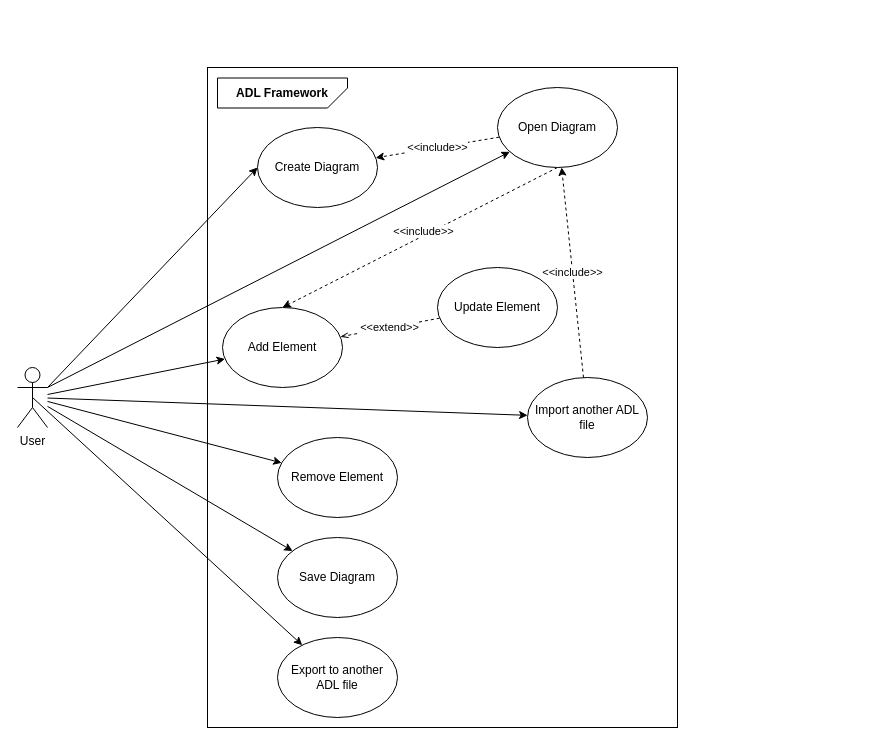
Above: UseCase.drawio in phunm211/SW-Associate-Architecture (draw.io), before the change. Source tidied: cells renumbered, new cells numbered last; positions are measured from the earlier drawing's top-left corner, leaving out a move shared by most shapes. Both pictures are drawn from the tidied source at 100%, with x=0, y=0 at pixel (17, 27).
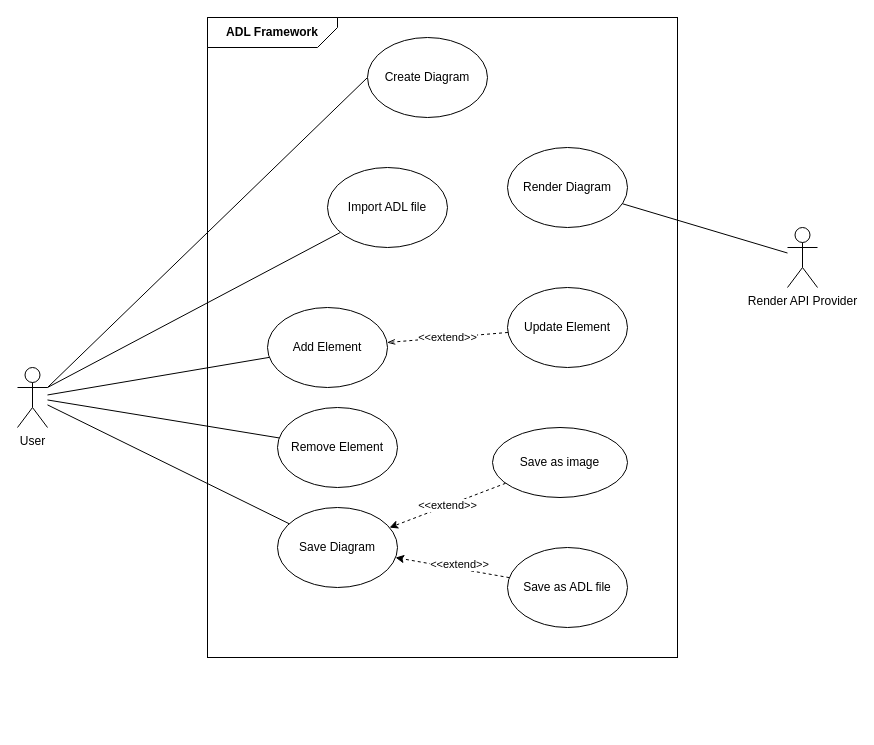
The same page after the edit.

Unchanged cells that the change refers to:
```xml
<mxCell id="10" value="User" style="shape=umlActor;verticalLabelPosition=bottom;verticalAlign=top;html=1;" parent="1" vertex="1">
  <mxGeometry y="340" width="30" height="60" as="geometry" />
</mxCell>
```

What changed in the source:
```diff
@@
     <mxCell id="2" style="rounded=0;whiteSpace=wrap;html=1;" parent="1" vertex="1">
-      <mxGeometry x="190" y="40" width="470" height="660" as="geometry" />
+      <mxGeometry x="190" y="-10" width="470" height="640" as="geometry" />
     </mxCell>
-    <mxCell id="3" style="rounded=0;jettySize=auto;html=1;exitX=1;exitY=0.3333333333333333;exitDx=0;exitDy=0;exitPerimeter=0;entryX=0;entryY=0.5;entryDx=0;entryDy=0;" parent="1" edge="1" source="10" target="12">
+    <mxCell id="3" style="rounded=0;jettySize=auto;html=1;exitX=1;exitY=0.3333333333333333;exitDx=0;exitDy=0;exitPerimeter=0;entryX=0;entryY=0.5;entryDx=0;entryDy=0;endArrow=none;endFill=0;" parent="1" edge="1" source="10" target="12">
       <mxGeometry relative="1" as="geometry" />
     </mxCell>
-    <mxCell id="4" style="rounded=0;jettySize=auto;html=1;strokeColor=default;exitX=1;exitY=0.3333333333333333;exitDx=0;exitDy=0;exitPerimeter=0;" parent="1" edge="1" source="10" target="17">
+    <mxCell id="4" style="rounded=0;jettySize=auto;html=1;strokeColor=default;exitX=1;exitY=0.3333333333333333;exitDx=0;exitDy=0;exitPerimeter=0;endArrow=none;endFill=0;" parent="1" edge="1" source="10" target="17">
       <mxGeometry relative="1" as="geometry" />
     </mxCell>
-    <mxCell id="5" style="rounded=0;jettySize=auto;html=1;" parent="1" edge="1" source="10" target="18">
+    <mxCell id="5" style="rounded=0;jettySize=auto;html=1;endArrow=none;endFill=0;" parent="1" edge="1" source="10" target="18">
       <mxGeometry relative="1" as="geometry" />
     </mxCell>
-    <mxCell id="6" style="rounded=0;jettySize=auto;html=1;" parent="1" edge="1" source="10" target="20">
+    <mxCell id="6" style="rounded=0;jettySize=auto;html=1;endArrow=none;endFill=0;" parent="1" edge="1" source="10" target="20">
       <mxGeometry relative="1" as="geometry" />
     </mxCell>
-    <mxCell id="7" style="rounded=0;jettySize=auto;html=1;" parent="1" edge="1" source="10" target="19">
+    <mxCell id="7" style="rounded=0;jettySize=auto;html=1;endArrow=none;endFill=0;" parent="1" edge="1" source="10" target="19">
       <mxGeometry relative="1" as="geometry" />
     </mxCell>
-    <mxCell id="8" style="rounded=0;jettySize=auto;html=1;exitX=0.5;exitY=0.5;exitDx=0;exitDy=0;exitPerimeter=0;" parent="1" edge="1" source="10" target="21">
-      <mxGeometry relative="1" as="geometry" />
-    </mxCell>
-    <mxCell id="9" style="rounded=0;jettySize=auto;html=1;" parent="1" edge="1" source="10" target="14">
-      <mxGeometry relative="1" as="geometry" />
-    </mxCell>
@@
     <mxCell id="11" value="&lt;b&gt;ADL Framework&lt;/b&gt;" style="shape=card;whiteSpace=wrap;html=1;rotation=90;flipV=0;flipH=1;horizontal=0;size=20;" parent="1" vertex="1">
-      <mxGeometry x="250" y="0.5" width="30" height="130" as="geometry" />
+      <mxGeometry x="240" y="-60" width="30" height="130" as="geometry" />
     </mxCell>
     <mxCell id="12" value="Create Diagram" style="ellipse;whiteSpace=wrap;html=1;" parent="1" vertex="1">
-      <mxGeometry x="240" y="100" width="120" height="80" as="geometry" />
+      <mxGeometry x="350" y="10" width="120" height="80" as="geometry" />
     </mxCell>
-    <mxCell id="13" value="&amp;lt;&amp;lt;include&amp;gt;&amp;gt;" style="rounded=0;jettySize=auto;html=1;dashed=1;" parent="1" edge="1" source="14" target="17">
-      <mxGeometry relative="1" as="geometry" />
-    </mxCell>
-    <mxCell id="14" value="Import another ADL file" style="ellipse;whiteSpace=wrap;html=1;" parent="1" vertex="1">
-      <mxGeometry x="510" y="350" width="120" height="80" as="geometry" />
-    </mxCell>
-    <mxCell id="15" value="&amp;lt;&amp;lt;include&amp;gt;&amp;gt;" style="rounded=0;jettySize=auto;html=1;exitX=0.5;exitY=1;exitDx=0;exitDy=0;entryX=0.5;entryY=0;entryDx=0;entryDy=0;dashed=1;" parent="1" edge="1" source="17" target="18">
-      <mxGeometry x="-0.04" y="-4" relative="1" as="geometry" />
-    </mxCell>
-    <mxCell id="16" value="&amp;lt;&amp;lt;include&amp;gt;&amp;gt;" style="rounded=0;jettySize=auto;html=1;dashed=1;" parent="1" edge="1" source="17" target="12">
-      <mxGeometry relative="1" as="geometry" />
-    </mxCell>
-    <mxCell id="17" value="Open Diagram" style="ellipse;whiteSpace=wrap;html=1;" parent="1" vertex="1">
-      <mxGeometry x="480" y="60" width="120" height="80" as="geometry" />
+    <mxCell id="17" value="Import ADL file" style="ellipse;whiteSpace=wrap;html=1;" parent="1" vertex="1">
+      <mxGeometry x="310" y="140" width="120" height="80" as="geometry" />
     </mxCell>
     <mxCell id="18" value="Add Element" style="ellipse;whiteSpace=wrap;html=1;" parent="1" vertex="1">
-      <mxGeometry x="205" y="280" width="120" height="80" as="geometry" />
+      <mxGeometry x="250" y="280" width="120" height="80" as="geometry" />
     </mxCell>
     <mxCell id="19" value="Save Diagram" style="ellipse;whiteSpace=wrap;html=1;" parent="1" vertex="1">
-      <mxGeometry x="260" y="510" width="120" height="80" as="geometry" />
+      <mxGeometry x="260" y="480" width="120" height="80" as="geometry" />
     </mxCell>
     <mxCell id="20" value="Remove Element" style="ellipse;whiteSpace=wrap;html=1;" parent="1" vertex="1">
-      <mxGeometry x="260" y="410" width="120" height="80" as="geometry" />
+      <mxGeometry x="260" y="380" width="120" height="80" as="geometry" />
     </mxCell>
-    <mxCell id="21" value="Export to another ADL file" style="ellipse;whiteSpace=wrap;html=1;" parent="1" vertex="1">
-      <mxGeometry x="260" y="610" width="120" height="80" as="geometry" />
-    </mxCell>
@@
     <mxCell id="23" value="Update Element" style="ellipse;whiteSpace=wrap;html=1;" parent="1" vertex="1">
-      <mxGeometry x="420" y="240" width="120" height="80" as="geometry" />
+      <mxGeometry x="490" y="260" width="120" height="80" as="geometry" />
     </mxCell>
+    <mxCell id="24" style="rounded=0;jettySize=auto;html=1;dashed=1;" parent="1" edge="1" source="26" target="19">
+      <mxGeometry relative="1" as="geometry" />
+    </mxCell>
+    <mxCell id="25" value="&amp;lt;&amp;lt;extend&amp;gt;&amp;gt;" style="edgeLabel;html=1;align=center;verticalAlign=middle;" parent="24" vertex="1">
+      <mxGeometry x="-0.1" y="-5" relative="1" as="geometry" />
+    </mxCell>
+    <mxCell id="26" value="Save as ADL file" style="ellipse;whiteSpace=wrap;html=1;" parent="1" vertex="1">
+      <mxGeometry x="490" y="520" width="120" height="80" as="geometry" />
+    </mxCell>
+    <mxCell id="27" value="&amp;lt;&amp;lt;extend&amp;gt;&amp;gt;" style="rounded=0;jettySize=auto;html=1;dashed=1;" parent="1" edge="1" source="28" target="19">
+      <mxGeometry relative="1" as="geometry" />
+    </mxCell>
+    <mxCell id="28" value="Save as image" style="ellipse;whiteSpace=wrap;html=1;" parent="1" vertex="1">
+      <mxGeometry x="475" y="400" width="135" height="70" as="geometry" />
+    </mxCell>
+    <mxCell id="29" style="rounded=0;jettySize=auto;html=1;endArrow=none;endFill=0;" parent="1" edge="1" source="30" target="31">
+      <mxGeometry relative="1" as="geometry" />
+    </mxCell>
+    <mxCell id="30" value="Render Diagram" style="ellipse;whiteSpace=wrap;html=1;" parent="1" vertex="1">
+      <mxGeometry x="490" y="120" width="120" height="80" as="geometry" />
+    </mxCell>
+    <mxCell id="31" value="Render API Provider" style="shape=umlActor;verticalLabelPosition=bottom;verticalAlign=top;html=1;outlineConnect=0;" parent="1" vertex="1">
+      <mxGeometry x="770" y="200" width="30" height="60" as="geometry" />
+    </mxCell>
```
